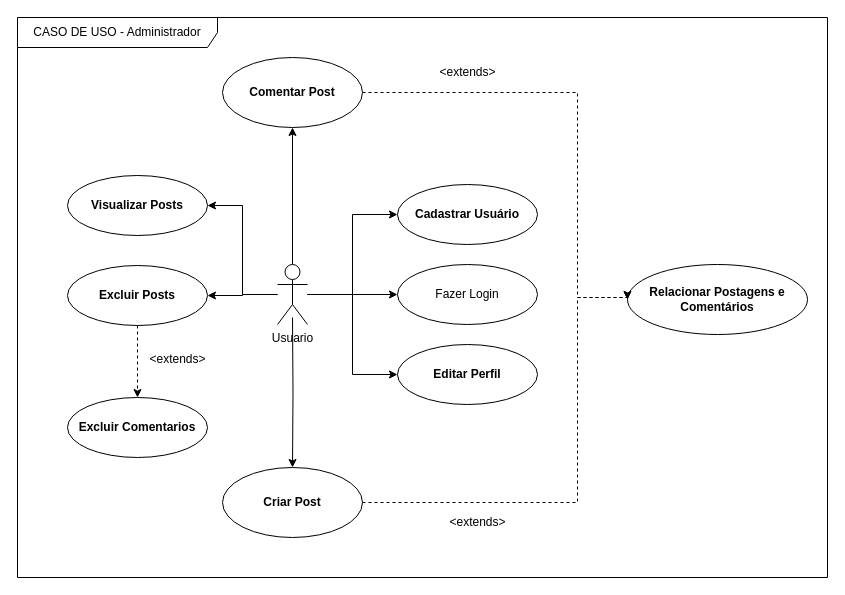
Above: documentação/Diagramas/02 - Diagrama de Casos de Uso - Administrador.drawio in AntonioMenelau/FatecConnect-TG (draw.io), before the change. Source tidied: cells renumbered, new cells numbered last; positions are measured from the earlier drawing's top-left corner, leaving out a move shared by most shapes. Both pictures are drawn from the tidied source at 100%, with x=0, y=0 at pixel (17, 17).
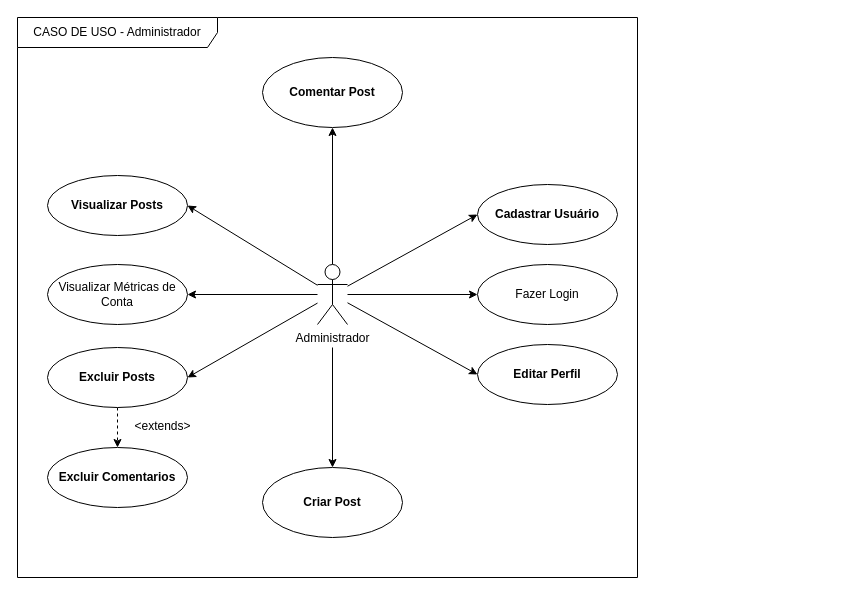
The same page after the edit.

Commit message (it also covers changes not shown here):
atualização dos casos de uso - adição Visualizar Métricas de Conta

What changed in the source:
```diff
@@
-    <mxCell id="2" style="edgeStyle=orthogonalEdgeStyle;rounded=0;jettySize=auto;html=1;entryX=0;entryY=0.5;entryDx=0;entryDy=0;" parent="1" edge="1" source="9" target="10">
+    <mxCell id="2" style="rounded=0;jettySize=auto;html=1;entryX=0;entryY=0.5;entryDx=0;entryDy=0;" parent="1" edge="1" source="9" target="10">
       <mxGeometry relative="1" as="geometry" />
     </mxCell>
-    <mxCell id="3" style="edgeStyle=orthogonalEdgeStyle;rounded=0;jettySize=auto;html=1;entryX=0;entryY=0.5;entryDx=0;entryDy=0;" parent="1" edge="1" source="9" target="11">
+    <mxCell id="3" style="rounded=0;jettySize=auto;html=1;entryX=0;entryY=0.5;entryDx=0;entryDy=0;" parent="1" edge="1" source="9" target="11">
       <mxGeometry relative="1" as="geometry" />
     </mxCell>
-    <mxCell id="4" style="edgeStyle=orthogonalEdgeStyle;rounded=0;jettySize=auto;html=1;entryX=0;entryY=0.5;entryDx=0;entryDy=0;" parent="1" edge="1" source="9" target="12">
+    <mxCell id="4" style="rounded=0;jettySize=auto;html=1;entryX=0;entryY=0.5;entryDx=0;entryDy=0;" parent="1" edge="1" source="9" target="12">
       <mxGeometry relative="1" as="geometry" />
     </mxCell>
-    <mxCell id="5" style="edgeStyle=orthogonalEdgeStyle;rounded=0;jettySize=auto;html=1;" parent="1" edge="1" target="14">
+    <mxCell id="5" style="rounded=0;jettySize=auto;html=1;" parent="1" edge="1" target="14">
       <mxGeometry relative="1" as="geometry">
-        <mxPoint x="275" y="300" as="sourcePoint" />
+        <mxPoint x="315" y="330" as="sourcePoint" />
       </mxGeometry>
     </mxCell>
-    <mxCell id="6" style="edgeStyle=orthogonalEdgeStyle;rounded=0;jettySize=auto;html=1;entryX=0.5;entryY=1;entryDx=0;entryDy=0;" parent="1" edge="1" source="9" target="17">
+    <mxCell id="6" style="rounded=0;jettySize=auto;html=1;entryX=0.5;entryY=1;entryDx=0;entryDy=0;" parent="1" edge="1" source="9" target="17">
       <mxGeometry relative="1" as="geometry" />
     </mxCell>
-    <mxCell id="7" style="edgeStyle=orthogonalEdgeStyle;rounded=0;jettySize=auto;html=1;entryX=1;entryY=0.5;entryDx=0;entryDy=0;" parent="1" edge="1" source="9" target="23">
+    <mxCell id="7" style="rounded=0;jettySize=auto;html=1;entryX=1;entryY=0.5;entryDx=0;entryDy=0;" parent="1" edge="1" source="9" target="23">
       <mxGeometry relative="1" as="geometry" />
     </mxCell>
-    <mxCell id="8" style="edgeStyle=orthogonalEdgeStyle;rounded=0;jettySize=auto;html=1;entryX=1;entryY=0.5;entryDx=0;entryDy=0;" parent="1" edge="1" source="9" target="21">
+    <mxCell id="8" style="rounded=0;jettySize=auto;html=1;entryX=1;entryY=0.5;entryDx=0;entryDy=0;" parent="1" edge="1" source="9" target="21">
       <mxGeometry relative="1" as="geometry" />
     </mxCell>
+    <mxCell id="26" style="rounded=0;jettySize=auto;html=1;" parent="1" edge="1" source="9" target="27">
+      <mxGeometry relative="1" as="geometry" />
+    </mxCell>
-    <mxCell id="9" value="Usuario" style="shape=umlActor;verticalLabelPosition=bottom;verticalAlign=top;html=1;outlineConnect=0;" parent="1" vertex="1">
-      <mxGeometry x="260" y="247" width="30" height="60" as="geometry" />
+    <mxCell id="9" value="Administrador" style="shape=umlActor;verticalLabelPosition=bottom;verticalAlign=top;html=1;outlineConnect=0;" parent="1" vertex="1">
+      <mxGeometry x="300" y="247" width="30" height="60" as="geometry" />
     </mxCell>
     <mxCell id="10" value="&lt;strong&gt;Cadastrar Usuário&lt;/strong&gt;" style="ellipse;whiteSpace=wrap;html=1;" parent="1" vertex="1">
-      <mxGeometry x="380" y="167" width="140" height="60" as="geometry" />
+      <mxGeometry x="460" y="167" width="140" height="60" as="geometry" />
     </mxCell>
     <mxCell id="11" value="Fazer Login" style="ellipse;whiteSpace=wrap;html=1;" parent="1" vertex="1">
-      <mxGeometry x="380" y="247" width="140" height="60" as="geometry" />
+      <mxGeometry x="460" y="247" width="140" height="60" as="geometry" />
     </mxCell>
     <mxCell id="12" value="&lt;strong&gt;Editar Perfil&lt;/strong&gt;" style="ellipse;whiteSpace=wrap;html=1;" parent="1" vertex="1">
-      <mxGeometry x="380" y="327" width="140" height="60" as="geometry" />
+      <mxGeometry x="460" y="327" width="140" height="60" as="geometry" />
     </mxCell>
-    <mxCell id="13" style="edgeStyle=orthogonalEdgeStyle;rounded=0;jettySize=auto;html=1;entryX=0;entryY=0.5;entryDx=0;entryDy=0;dashed=1;" parent="1" edge="1" source="14" target="15">
-      <mxGeometry relative="1" as="geometry">
-        <Array as="points">
-          <mxPoint x="560" y="485" />
-          <mxPoint x="560" y="280" />
-          <mxPoint x="610" y="280" />
-        </Array>
-      </mxGeometry>
-    </mxCell>
     <mxCell id="14" value="&lt;strong&gt;Criar Post&lt;/strong&gt;" style="ellipse;whiteSpace=wrap;html=1;" parent="1" vertex="1">
-      <mxGeometry x="205" y="450" width="140" height="70" as="geometry" />
+      <mxGeometry x="245" y="450" width="140" height="70" as="geometry" />
     </mxCell>
-    <mxCell id="15" value="&lt;strong&gt;Relacionar Postagens e Comentários&lt;/strong&gt;" style="ellipse;whiteSpace=wrap;html=1;" parent="1" vertex="1">
-      <mxGeometry x="610" y="247" width="180" height="70" as="geometry" />
-    </mxCell>
-    <mxCell id="16" style="edgeStyle=orthogonalEdgeStyle;rounded=0;jettySize=auto;html=1;entryX=0;entryY=0.5;entryDx=0;entryDy=0;dashed=1;" parent="1" edge="1" source="17" target="15">
-      <mxGeometry relative="1" as="geometry">
-        <Array as="points">
-          <mxPoint x="560" y="75" />
-          <mxPoint x="560" y="280" />
-          <mxPoint x="610" y="280" />
-        </Array>
-      </mxGeometry>
-    </mxCell>
     <mxCell id="17" value="&lt;strong&gt;Comentar Post&lt;/strong&gt;" style="ellipse;whiteSpace=wrap;html=1;" parent="1" vertex="1">
-      <mxGeometry x="205" y="40" width="140" height="70" as="geometry" />
+      <mxGeometry x="245" y="40" width="140" height="70" as="geometry" />
     </mxCell>
-    <mxCell id="18" value="&amp;lt;extends&amp;gt;" style="text;html=1;align=center;verticalAlign=middle;strokeColor=none;fillColor=none;" parent="1" vertex="1">
-      <mxGeometry x="410" y="40" width="80" height="30" as="geometry" />
-    </mxCell>
-    <mxCell id="19" value="&amp;lt;extends&amp;gt;" style="text;html=1;align=center;verticalAlign=middle;strokeColor=none;fillColor=none;" parent="1" vertex="1">
-      <mxGeometry x="420" y="490" width="80" height="30" as="geometry" />
-    </mxCell>
     <mxCell id="20" value="CASO DE USO - Administrador" style="shape=umlFrame;whiteSpace=wrap;html=1;width=200;height=30;" parent="1" vertex="1">
-      <mxGeometry width="810" height="560" as="geometry" />
+      <mxGeometry width="620" height="560" as="geometry" />
     </mxCell>
     <mxCell id="21" value="&lt;b&gt;Visualizar Posts&lt;/b&gt;" style="ellipse;whiteSpace=wrap;html=1;" parent="1" vertex="1">
-      <mxGeometry x="50" y="158" width="140" height="60" as="geometry" />
+      <mxGeometry x="30" y="158" width="140" height="60" as="geometry" />
     </mxCell>
-    <mxCell id="22" style="edgeStyle=orthogonalEdgeStyle;rounded=0;jettySize=auto;html=1;dashed=1;" parent="1" edge="1" source="23" target="24">
+    <mxCell id="22" style="rounded=0;jettySize=auto;html=1;dashed=1;" parent="1" edge="1" source="23" target="24">
       <mxGeometry relative="1" as="geometry" />
     </mxCell>
     <mxCell id="23" value="&lt;b&gt;Excluir Posts&lt;/b&gt;" style="ellipse;whiteSpace=wrap;html=1;" parent="1" vertex="1">
-      <mxGeometry x="50" y="248" width="140" height="60" as="geometry" />
+      <mxGeometry x="30" y="330" width="140" height="60" as="geometry" />
     </mxCell>
     <mxCell id="24" value="&lt;b&gt;Excluir Comentarios&lt;/b&gt;" style="ellipse;whiteSpace=wrap;html=1;" parent="1" vertex="1">
-      <mxGeometry x="50" y="380" width="140" height="60" as="geometry" />
+      <mxGeometry x="30" y="430" width="140" height="60" as="geometry" />
     </mxCell>
     <mxCell id="25" value="&amp;lt;extends&amp;gt;" style="text;html=1;align=center;verticalAlign=middle;strokeColor=none;fillColor=none;" parent="1" vertex="1">
-      <mxGeometry x="120" y="327" width="80" height="30" as="geometry" />
+      <mxGeometry x="105" y="394" width="80" height="30" as="geometry" />
     </mxCell>
+    <mxCell id="27" value="Visualizar Métricas de Conta" style="ellipse;whiteSpace=wrap;html=1;" parent="1" vertex="1">
+      <mxGeometry x="30" y="247" width="140" height="60" as="geometry" />
+    </mxCell>
```
